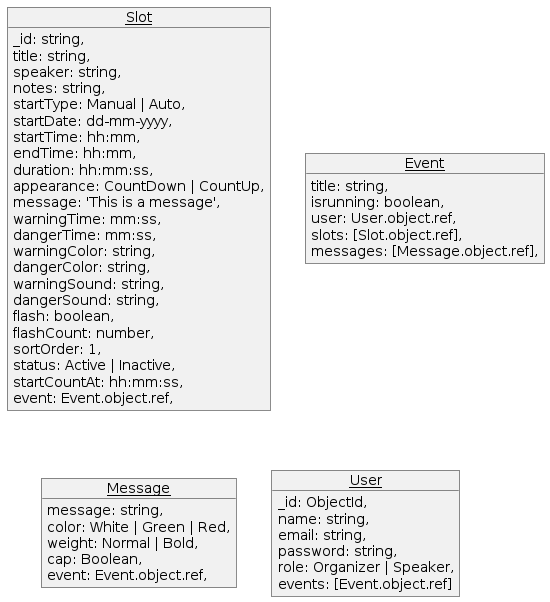
Before: uml/Pitchtrack.png, a diagram exported from PlantUML (saipepu/pitchtrack-server). The source it was exported from:
```plantuml
@startuml Pitchtrack

skinparam style strictuml
skinparam DefaultFontName Arial

object Slot {
  _id: string,
  title: string,
  speaker: string,
  notes: string,
  startType: Manual | Auto,
  startDate: dd-mm-yyyy,
  startTime: hh:mm,
  endTime: hh:mm,
  duration: hh:mm:ss,
  appearance: CountDown | CountUp,
  message: 'This is a message',
  warningTime: mm:ss,
  dangerTime: mm:ss,
  warningColor: string,
  dangerColor: string,
  warningSound: string,
  dangerSound: string,
  flash: boolean,
  flashCount: number,
  sortOrder: 1,
  status: Active | Inactive,
  startCountAt: hh:mm:ss,
  event: Event.object.ref,
}

object Event {
  title: string,
  isrunning: boolean,
  user: User.object.ref,
  slots: [Slot.object.ref],
  messages: [Message.object.ref],
}

object Message {
  message: string,
  color: White | Green | Red,
  weight: Normal | Bold,
  cap: Boolean,
  event: Event.object.ref,
}

object User {
  _id: ObjectId,
  name: string,
  email: string,
  password: string,
  role: Organizer | Speaker,
  events: [Event.object.ref]
}

@enduml
```
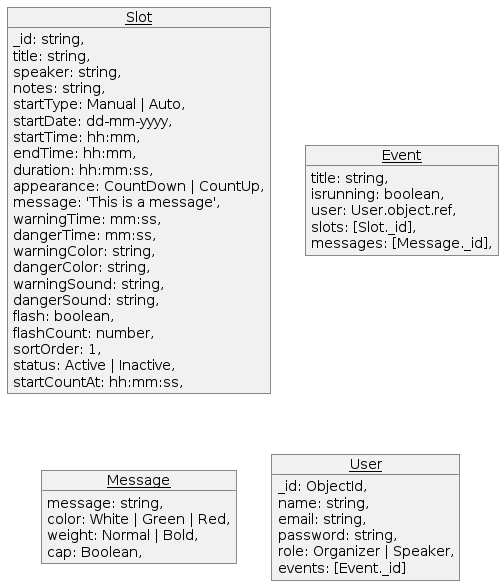
Above is the later version.

Commit message:
add message module

What changed in the source:
```diff
@@ -26,15 +26,14 @@
   sortOrder: 1,
   status: Active | Inactive,
   startCountAt: hh:mm:ss,
-  event: Event.object.ref,
 }
 
 object Event {
   title: string,
   isrunning: boolean,
   user: User.object.ref,
-  slots: [Slot.object.ref],
-  messages: [Message.object.ref],
+  slots: [Slot._id],
+  messages: [Message._id],
 }
 
 object Message {
@@ -42,7 +41,6 @@
   color: White | Green | Red,
   weight: Normal | Bold,
   cap: Boolean,
-  event: Event.object.ref,
 }
 
 object User {
@@ -51,7 +49,7 @@
   email: string,
   password: string,
   role: Organizer | Speaker,
-  events: [Event.object.ref]
+  events: [Event._id]
 }
 
 @enduml
```
